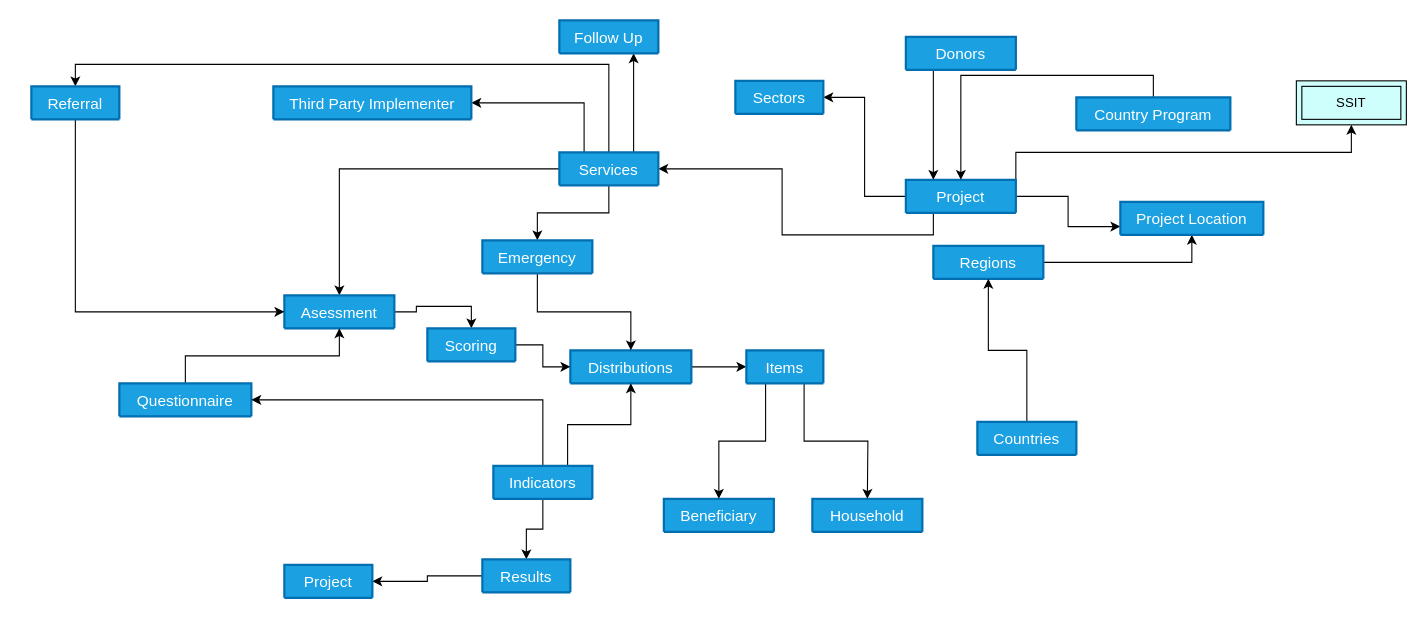
Before: dataArchitecture.drawio in alimehdy/drawio, a draw.io diagram. Source tidied: cells renumbered, new cells numbered last; positions are measured from the earlier drawing's top-left corner, leaving out a move shared by most shapes. Both pictures are drawn from the tidied source at 110%, with x=0, y=0 at pixel (31, 20).
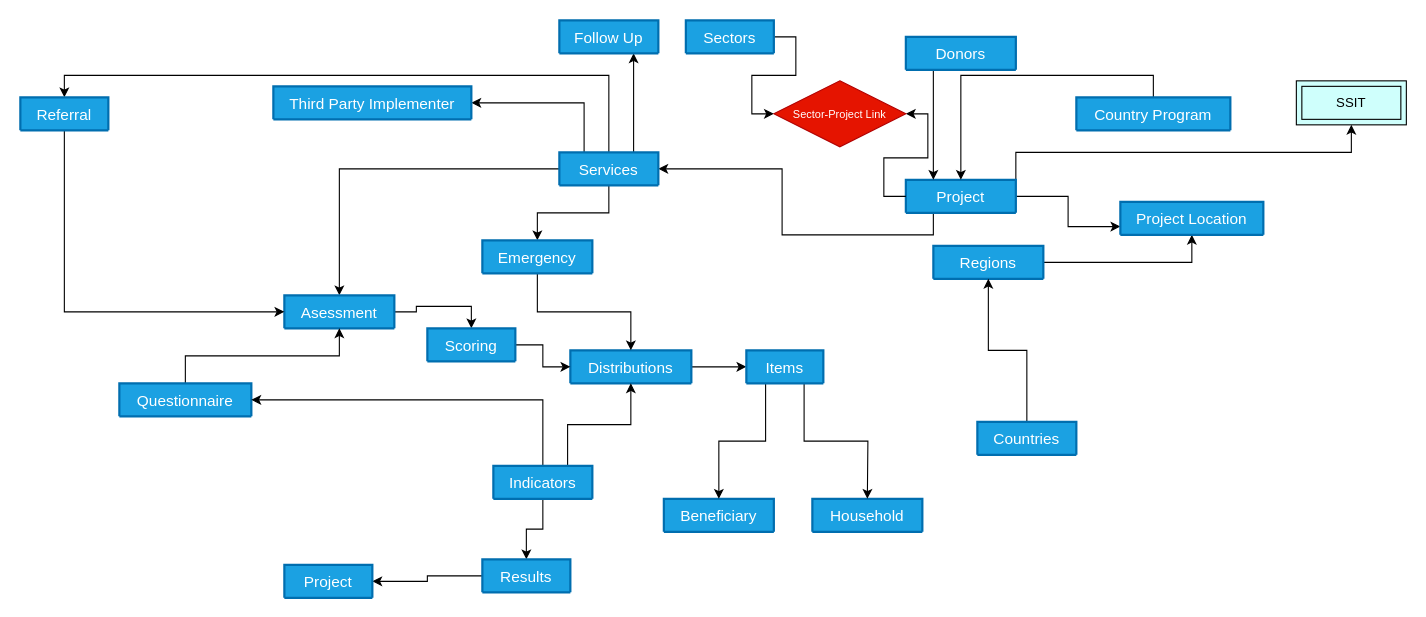
The same page after the edit.

The change refers to these unchanged cells:
```xml
<mxCell id="7" value="Project" style="swimlane;horizontal=1;startSize=30;rounded=1;fontSize=14;fontStyle=0;strokeWidth=2;shadow=0;dashed=0;align=center;fillColor=#1ba1e2;strokeColor=#006EAF;fontColor=#ffffff;" parent="1" vertex="1" collapsed="1">
  <mxGeometry x="795" y="145" width="100" height="30" as="geometry" />
</mxCell>
```

What changed in the source:
```diff
@@
-    <mxCell id="4" style="edgeStyle=orthogonalEdgeStyle;rounded=0;jettySize=auto;html=1;exitX=0;exitY=0.5;exitDx=0;exitDy=0;entryX=1;entryY=0.5;entryDx=0;entryDy=0;" parent="1" edge="1" source="7" target="17">
-      <mxGeometry relative="1" as="geometry" />
-    </mxCell>
@@
+    <mxCell id="50" style="edgeStyle=orthogonalEdgeStyle;rounded=0;jettySize=auto;html=1;exitX=1;exitY=0.5;exitDx=0;exitDy=0;entryX=0;entryY=0.5;entryDx=0;entryDy=0;" parent="1" edge="1" source="17" target="52">
+      <mxGeometry relative="1" as="geometry" />
+    </mxCell>
     <mxCell id="17" value="Sectors" style="swimlane;horizontal=1;startSize=30;rounded=1;fontSize=14;fontStyle=0;strokeWidth=2;shadow=0;dashed=0;align=center;fillColor=#1ba1e2;strokeColor=#006EAF;fontColor=#ffffff;" parent="1" vertex="1" collapsed="1">
-      <mxGeometry x="640" y="55" width="80" height="30" as="geometry" />
+      <mxGeometry x="595" width="80" height="30" as="geometry" />
     </mxCell>
@@
     <mxCell id="35" value="Referral" style="swimlane;horizontal=1;startSize=30;rounded=1;fontSize=14;fontStyle=0;strokeWidth=2;shadow=0;dashed=0;align=center;fillColor=#1ba1e2;strokeColor=#006EAF;fontColor=#ffffff;" parent="1" vertex="1" collapsed="1">
-      <mxGeometry y="60" width="80" height="30" as="geometry" />
+      <mxGeometry x="-10" y="70" width="80" height="30" as="geometry" />
     </mxCell>
@@
+    <mxCell id="51" style="edgeStyle=orthogonalEdgeStyle;rounded=0;jettySize=auto;html=1;exitX=0;exitY=0.5;exitDx=0;exitDy=0;entryX=1;entryY=0.5;entryDx=0;entryDy=0;" parent="1" edge="1" source="7" target="52">
+      <mxGeometry relative="1" as="geometry" />
+    </mxCell>
+    <mxCell id="52" value="&lt;font style=&quot;font-size: 10px&quot;&gt;Sector-Project Link&lt;/font&gt;" style="shape=rhombus;perimeter=rhombusPerimeter;whiteSpace=wrap;html=1;align=center;fillColor=#e51400;strokeColor=#B20000;fontColor=#ffffff;" parent="1" vertex="1">
+      <mxGeometry x="675" y="55" width="120" height="60" as="geometry" />
+    </mxCell>
```
